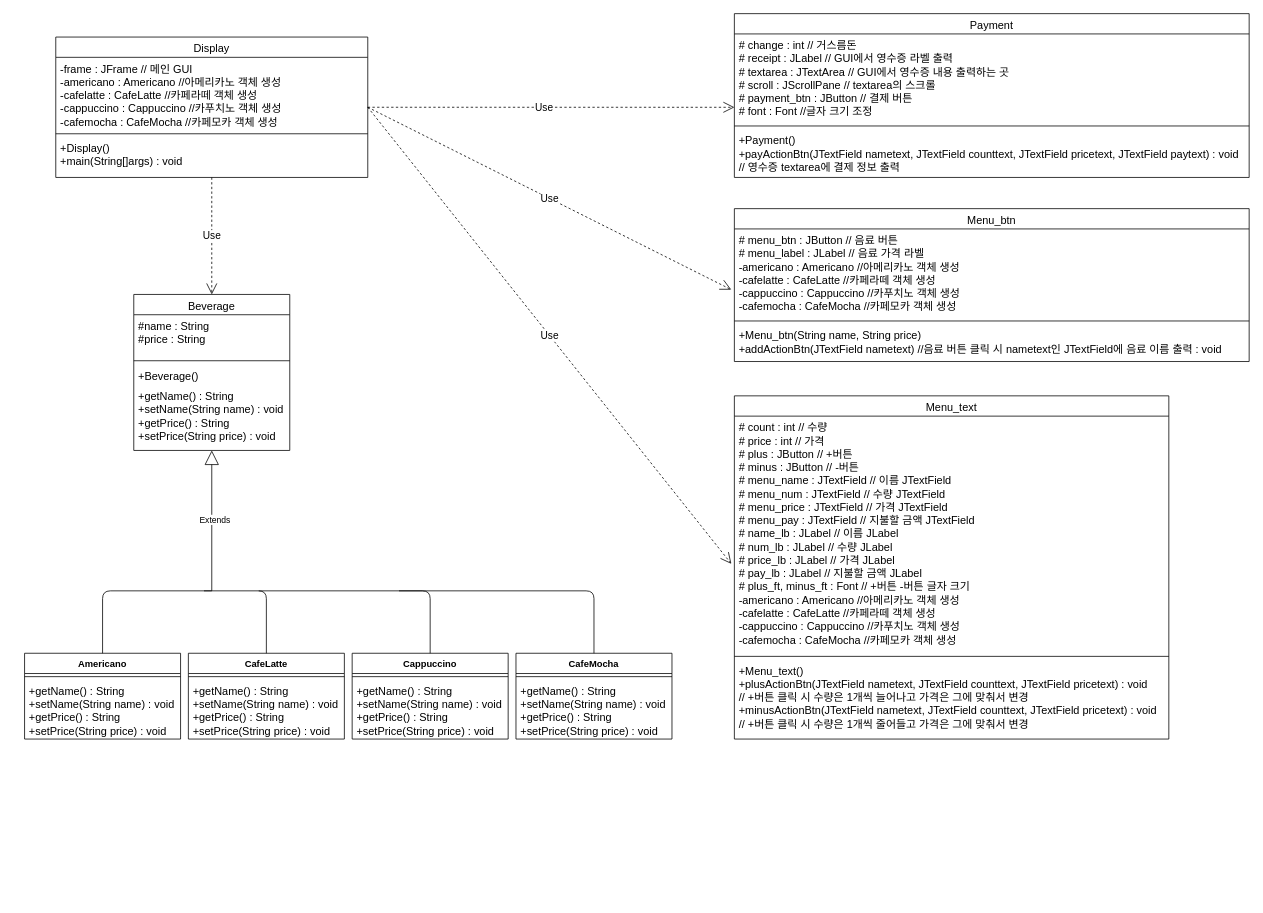
Before: Untitled Diagram.drawio in ans2568/Messenger, a draw.io diagram. Source tidied: cells renumbered, new cells numbered last; positions are measured from the earlier drawing's top-left corner, leaving out a move shared by most shapes. Both pictures are drawn from the tidied source at 78%, with x=0, y=0 at pixel (24, 13).
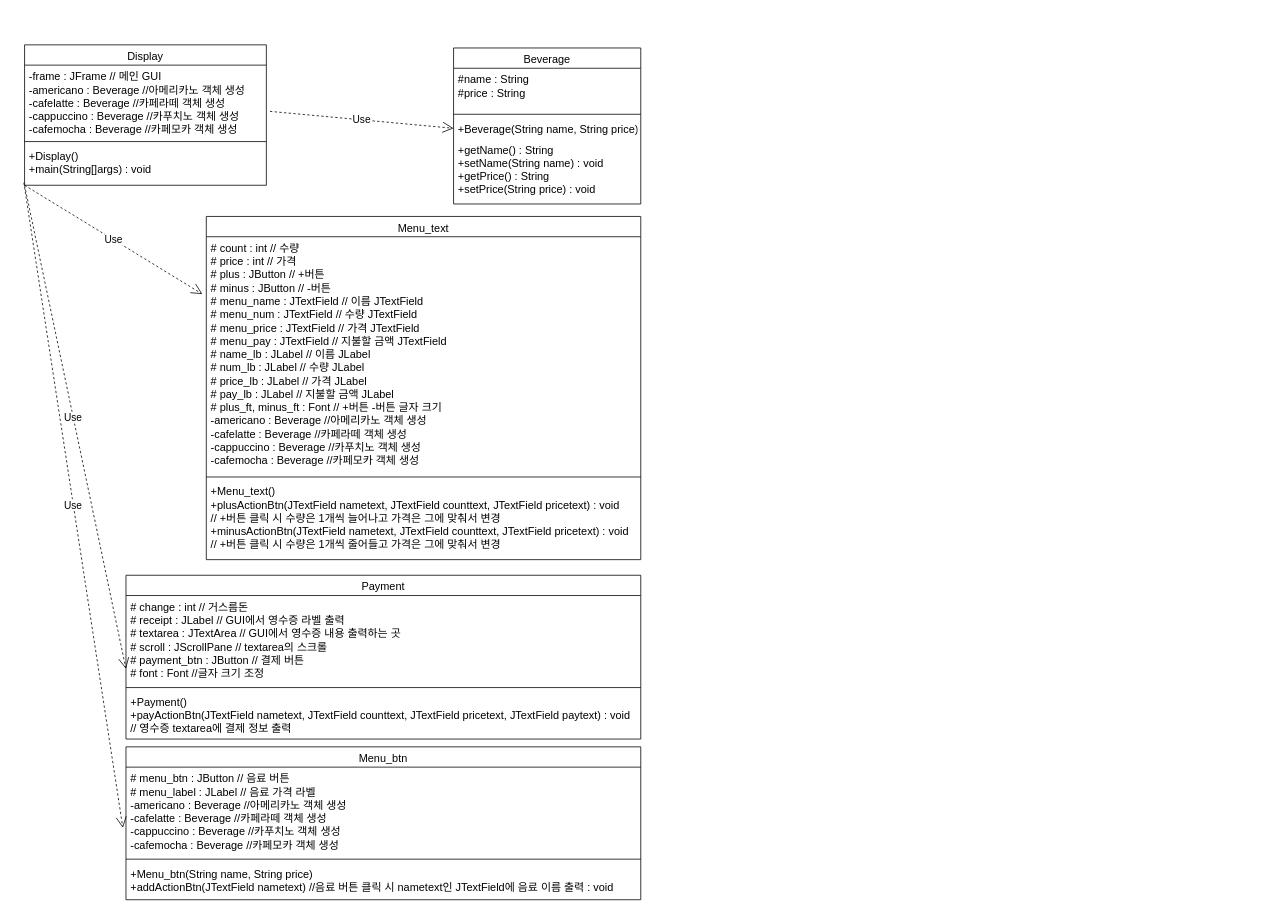
The same diagram, later.

The change refers to these unchanged cells:
```xml
<mxCell id="12" value="# change : int // 거스름돈&#10;# receipt : JLabel // GUI에서 영수증 라벨 출력&#10;# textarea : JTextArea // GUI에서 영수증 내용 출력하는 곳&#10;# scroll : JScrollPane // textarea의 스크롤&#10;# payment_btn : JButton // 결제 버튼&#10;# font : Font //글자 크기 조정" style="text;align=left;verticalAlign=top;spacingLeft=4;spacingRight=4;overflow=hidden;points=[[0,0.5],[1,0.5]];portConstraint=eastwest;fontSize=14;" parent="11" vertex="1">
  <mxGeometry y="26" width="660" height="114" as="geometry" />
</mxCell>
```

Diff of the diagram source:
```diff
@@
     <mxCell id="2" value="Beverage" style="swimlane;fontStyle=0;align=center;verticalAlign=top;horizontal=1;startSize=26;rounded=0;shadow=0;strokeWidth=1;fontSize=14;" parent="1" vertex="1">
-      <mxGeometry x="140" y="360" width="200" height="200" as="geometry" />
+      <mxGeometry x="550" y="44" width="240" height="200" as="geometry" />
     </mxCell>
     <mxCell id="3" value="#name : String&#10;#price : String&#10;" style="text;align=left;verticalAlign=top;spacingLeft=4;spacingRight=4;overflow=hidden;fontSize=14;" parent="2" vertex="1">
-      <mxGeometry y="26" width="200" height="54" as="geometry" />
+      <mxGeometry y="26" width="240" height="54" as="geometry" />
     </mxCell>
     <mxCell id="4" style="line;html=1;strokeWidth=1;align=left;verticalAlign=middle;spacingTop=-1;spacingLeft=3;spacingRight=3;labelPosition=right;fontSize=14;" parent="2" vertex="1">
-      <mxGeometry y="80" width="200" height="10" as="geometry" />
+      <mxGeometry y="80" width="240" height="10" as="geometry" />
     </mxCell>
-    <mxCell id="5" value="+Beverage()" style="text;align=left;verticalAlign=top;spacingLeft=4;spacingRight=4;overflow=hidden;points=[[0,0.5],[1,0.5]];portConstraint=eastwest;fontSize=14;" parent="2" vertex="1">
-      <mxGeometry y="90" width="200" height="26" as="geometry" />
+    <mxCell id="5" value="+Beverage(String name, String price)" style="text;align=left;verticalAlign=top;spacingLeft=4;spacingRight=4;overflow=hidden;points=[[0,0.5],[1,0.5]];portConstraint=eastwest;fontSize=14;" parent="2" vertex="1">
+      <mxGeometry y="90" width="240" height="26" as="geometry" />
     </mxCell>
     <mxCell id="6" value="+getName() : String&#10;+setName(String name) : void&#10;+getPrice() : String&#10;+setPrice(String price) : void" style="text;align=left;verticalAlign=top;spacingLeft=4;spacingRight=4;overflow=hidden;fontSize=14;" parent="2" vertex="1">
-      <mxGeometry y="116" width="200" height="76" as="geometry" />
+      <mxGeometry y="116" width="240" height="76" as="geometry" />
     </mxCell>
     <mxCell id="7" value="Display" style="swimlane;fontStyle=0;align=center;verticalAlign=top;horizontal=1;startSize=26;rounded=0;shadow=0;strokeWidth=1;fontSize=14;" parent="1" vertex="1">
-      <mxGeometry x="40" y="30" width="400" height="180" as="geometry" />
+      <mxGeometry y="40" width="310" height="180" as="geometry" />
     </mxCell>
-    <mxCell id="8" value="-frame : JFrame // 메인 GUI&#10;-americano : Americano //아메리카노 객체 생성&#10;-cafelatte : CafeLatte //카페라떼 객체 생성&#10;-cappuccino : Cappuccino //카푸치노 객체 생성&#10;-cafemocha : CafeMocha //카페모카 객체 생성" style="text;align=left;verticalAlign=top;spacingLeft=4;spacingRight=4;overflow=hidden;points=[[0,0.5],[1,0.5]];portConstraint=eastwest;fontSize=14;" parent="7" vertex="1">
-      <mxGeometry y="26" width="400" height="94" as="geometry" />
+    <mxCell id="8" value="-frame : JFrame // 메인 GUI&#10;-americano : Beverage //아메리카노 객체 생성&#10;-cafelatte : Beverage //카페라떼 객체 생성&#10;-cappuccino : Beverage //카푸치노 객체 생성&#10;-cafemocha : Beverage //카페모카 객체 생성" style="text;align=left;verticalAlign=top;spacingLeft=4;spacingRight=4;overflow=hidden;points=[[0,0.5],[1,0.5]];portConstraint=eastwest;fontSize=14;" parent="7" vertex="1">
+      <mxGeometry y="26" width="310" height="94" as="geometry" />
     </mxCell>
     <mxCell id="9" style="line;html=1;strokeWidth=1;align=left;verticalAlign=middle;spacingTop=-1;spacingLeft=3;spacingRight=3;labelPosition=right;fontSize=14;" parent="7" vertex="1">
-      <mxGeometry y="120" width="400" height="8" as="geometry" />
+      <mxGeometry y="120" width="310" height="8" as="geometry" />
     </mxCell>
     <mxCell id="10" value="+Display()&#10;+main(String[]args) : void" style="text;strokeColor=none;fillColor=none;align=left;verticalAlign=top;spacingLeft=4;spacingRight=4;overflow=hidden;points=[[0,0.5],[1,0.5]];portConstraint=eastwest;fontSize=14;" parent="7" vertex="1">
-      <mxGeometry y="128" width="400" height="52" as="geometry" />
+      <mxGeometry y="128" width="310" height="52" as="geometry" />
     </mxCell>
     <mxCell id="11" value="Payment" style="swimlane;fontStyle=0;align=center;verticalAlign=top;horizontal=1;startSize=26;rounded=0;shadow=0;strokeWidth=1;fontSize=14;" parent="1" vertex="1">
-      <mxGeometry x="910" width="660" height="210" as="geometry" />
+      <mxGeometry x="130" y="720" width="660" height="210" as="geometry" />
     </mxCell>
@@
-    <mxCell id="15" value="Cappuccino" style="swimlane;fontStyle=1;align=center;verticalAlign=top;horizontal=1;startSize=26;" parent="1" vertex="1">
-      <mxGeometry x="420" y="820" width="200" height="110" as="geometry" />
-    </mxCell>
-    <mxCell id="16" style="line;strokeWidth=1;fillColor=none;align=left;verticalAlign=middle;spacingTop=-1;spacingLeft=3;spacingRight=3;labelPosition=right;" parent="15" vertex="1">
-      <mxGeometry y="26" width="200" height="8" as="geometry" />
-    </mxCell>
-    <mxCell id="17" value="+getName() : String&#10;+setName(String name) : void&#10;+getPrice() : String&#10;+setPrice(String price) : void" style="text;align=left;verticalAlign=top;spacingLeft=4;spacingRight=4;overflow=hidden;fontSize=14;" parent="15" vertex="1">
-      <mxGeometry y="34" width="200" height="76" as="geometry" />
-    </mxCell>
-    <mxCell id="18" value="CafeMocha" style="swimlane;fontStyle=1;align=center;verticalAlign=top;horizontal=1;startSize=26;" parent="1" vertex="1">
-      <mxGeometry x="630" y="820" width="200" height="110" as="geometry" />
-    </mxCell>
-    <mxCell id="19" style="line;strokeWidth=1;fillColor=none;align=left;verticalAlign=middle;spacingTop=-1;spacingLeft=3;spacingRight=3;labelPosition=right;" parent="18" vertex="1">
-      <mxGeometry y="26" width="200" height="8" as="geometry" />
-    </mxCell>
-    <mxCell id="20" value="+getName() : String&#10;+setName(String name) : void&#10;+getPrice() : String&#10;+setPrice(String price) : void" style="text;align=left;verticalAlign=top;spacingLeft=4;spacingRight=4;overflow=hidden;fontSize=14;" parent="18" vertex="1">
-      <mxGeometry y="34" width="200" height="76" as="geometry" />
-    </mxCell>
-    <mxCell id="21" value="CafeLatte" style="swimlane;fontStyle=1;align=center;verticalAlign=top;horizontal=1;startSize=26;" parent="1" vertex="1">
-      <mxGeometry x="210" y="820" width="200" height="110" as="geometry" />
-    </mxCell>
-    <mxCell id="22" style="line;strokeWidth=1;fillColor=none;align=left;verticalAlign=middle;spacingTop=-1;spacingLeft=3;spacingRight=3;labelPosition=right;" parent="21" vertex="1">
-      <mxGeometry y="26" width="200" height="8" as="geometry" />
-    </mxCell>
-    <mxCell id="23" value="+getName() : String&#10;+setName(String name) : void&#10;+getPrice() : String&#10;+setPrice(String price) : void" style="text;align=left;verticalAlign=top;spacingLeft=4;spacingRight=4;overflow=hidden;fontSize=14;" parent="21" vertex="1">
-      <mxGeometry y="34" width="200" height="76" as="geometry" />
-    </mxCell>
-    <mxCell id="24" value="Americano" style="swimlane;fontStyle=1;align=center;verticalAlign=top;horizontal=1;startSize=26;" parent="1" vertex="1">
-      <mxGeometry y="820" width="200" height="110" as="geometry" />
-    </mxCell>
-    <mxCell id="25" style="line;strokeWidth=1;fillColor=none;align=left;verticalAlign=middle;spacingTop=-1;spacingLeft=3;spacingRight=3;labelPosition=right;" parent="24" vertex="1">
-      <mxGeometry y="26" width="200" height="8" as="geometry" />
-    </mxCell>
-    <mxCell id="26" value="+getName() : String&#10;+setName(String name) : void&#10;+getPrice() : String&#10;+setPrice(String price) : void" style="text;align=left;verticalAlign=top;spacingLeft=4;spacingRight=4;overflow=hidden;fontSize=14;" parent="24" vertex="1">
-      <mxGeometry y="34" width="200" height="76" as="geometry" />
-    </mxCell>
-    <mxCell id="27" value="Extends" style="endArrow=block;endSize=16;endFill=0;html=1;entryX=0.5;entryY=1;entryDx=0;entryDy=0;" parent="1" edge="1" target="2">
-      <mxGeometry x="0.01" y="-4" relative="1" as="geometry">
-        <mxPoint x="240" y="740" as="sourcePoint" />
-      </mxGeometry>
-    </mxCell>
-    <mxCell id="28" style="endArrow=none;html=1;entryX=0.5;entryY=0;entryDx=0;entryDy=0;" parent="1" edge="1" target="18">
-      <mxGeometry relative="1" as="geometry">
-        <mxPoint x="480" y="740" as="sourcePoint" />
-        <Array as="points">
-          <mxPoint x="730" y="740" />
-        </Array>
-      </mxGeometry>
-    </mxCell>
-    <mxCell id="29" style="endArrow=none;html=1;entryX=0.5;entryY=0;entryDx=0;entryDy=0;" parent="1" edge="1" target="24">
-      <mxGeometry relative="1" as="geometry">
-        <mxPoint x="240" y="740" as="sourcePoint" />
-        <Array as="points">
-          <mxPoint x="100" y="740" />
-        </Array>
-      </mxGeometry>
-    </mxCell>
-    <mxCell id="30" style="endArrow=none;html=1;exitX=0.5;exitY=0;exitDx=0;exitDy=0;" parent="1" edge="1" source="15">
-      <mxGeometry relative="1" as="geometry">
-        <mxPoint x="300" y="740" as="targetPoint" />
-        <Array as="points">
-          <mxPoint x="520" y="740" />
-        </Array>
-      </mxGeometry>
-    </mxCell>
-    <mxCell id="31" style="endArrow=none;html=1;exitX=0.5;exitY=0;exitDx=0;exitDy=0;" parent="1" edge="1" source="21">
-      <mxGeometry relative="1" as="geometry">
-        <mxPoint x="230" y="740" as="targetPoint" />
-        <Array as="points">
-          <mxPoint x="310" y="740" />
-        </Array>
-      </mxGeometry>
-    </mxCell>
-    <mxCell id="32" value="Use" style="endArrow=open;endSize=12;dashed=1;html=1;fontSize=13;exitX=0.5;exitY=1;exitDx=0;exitDy=0;entryX=0.5;entryY=0;entryDx=0;entryDy=0;exitPerimeter=0;" parent="1" edge="1" source="10" target="2">
+    <mxCell id="32" value="Use" style="endArrow=open;endSize=12;dashed=1;html=1;fontSize=13;exitX=1.015;exitY=0.631;exitDx=0;exitDy=0;entryX=0;entryY=0.5;entryDx=0;entryDy=0;exitPerimeter=0;" parent="1" edge="1" source="8" target="5">
       <mxGeometry relative="1" as="geometry" />
     </mxCell>
     <mxCell id="33" value="Menu_btn" style="swimlane;fontStyle=0;align=center;verticalAlign=top;horizontal=1;startSize=26;rounded=0;shadow=0;strokeWidth=1;fontSize=14;" parent="1" vertex="1">
-      <mxGeometry x="910" y="250" width="660" height="196" as="geometry" />
+      <mxGeometry x="130" y="940" width="660" height="196" as="geometry" />
     </mxCell>
-    <mxCell id="34" value="# menu_btn : JButton // 음료 버튼&#10;# menu_label : JLabel // 음료 가격 라벨&#10;-americano : Americano //아메리카노 객체 생성&#10;-cafelatte : CafeLatte //카페라떼 객체 생성&#10;-cappuccino : Cappuccino //카푸치노 객체 생성&#10;-cafemocha : CafeMocha //카페모카 객체 생성&#10;" style="text;align=left;verticalAlign=top;spacingLeft=4;spacingRight=4;overflow=hidden;points=[[0,0.5],[1,0.5]];portConstraint=eastwest;fontSize=14;" parent="33" vertex="1">
+    <mxCell id="34" value="# menu_btn : JButton // 음료 버튼&#10;# menu_label : JLabel // 음료 가격 라벨&#10;-americano : Beverage //아메리카노 객체 생성&#10;-cafelatte : Beverage //카페라떼 객체 생성&#10;-cappuccino : Beverage //카푸치노 객체 생성&#10;-cafemocha : Beverage //카페모카 객체 생성" style="text;align=left;verticalAlign=top;spacingLeft=4;spacingRight=4;overflow=hidden;points=[[0,0.5],[1,0.5]];portConstraint=eastwest;fontSize=14;" parent="33" vertex="1">
       <mxGeometry y="26" width="660" height="114" as="geometry" />
     </mxCell>
@@
     <mxCell id="37" value="Menu_text" style="swimlane;fontStyle=0;align=center;verticalAlign=top;horizontal=1;startSize=26;rounded=0;shadow=0;strokeWidth=1;fontSize=14;" parent="1" vertex="1">
-      <mxGeometry x="910" y="490" width="557" height="440" as="geometry" />
+      <mxGeometry x="233" y="260" width="557" height="440" as="geometry" />
     </mxCell>
-    <mxCell id="38" value="# count : int // 수량&#10;# price : int // 가격&#10;# plus : JButton // +버튼&#10;# minus : JButton // -버튼&#10;# menu_name : JTextField // 이름 JTextField&#10;# menu_num : JTextField // 수량 JTextField&#10;# menu_price : JTextField // 가격 JTextField&#10;# menu_pay : JTextField // 지불할 금액 JTextField&#10;# name_lb : JLabel // 이름 JLabel&#10;# num_lb : JLabel // 수량 JLabel&#10;# price_lb : JLabel // 가격 JLabel&#10;# pay_lb : JLabel // 지불할 금액 JLabel&#10;# plus_ft, minus_ft : Font // +버튼 -버튼 글자 크기&#10;-americano : Americano //아메리카노 객체 생성&#10;-cafelatte : CafeLatte //카페라떼 객체 생성&#10;-cappuccino : Cappuccino //카푸치노 객체 생성&#10;-cafemocha : CafeMocha //카페모카 객체 생성&#10;" style="text;align=left;verticalAlign=top;spacingLeft=4;spacingRight=4;overflow=hidden;points=[[0,0.5],[1,0.5]];portConstraint=eastwest;fontSize=14;" parent="37" vertex="1">
+    <mxCell id="38" value="# count : int // 수량&#10;# price : int // 가격&#10;# plus : JButton // +버튼&#10;# minus : JButton // -버튼&#10;# menu_name : JTextField // 이름 JTextField&#10;# menu_num : JTextField // 수량 JTextField&#10;# menu_price : JTextField // 가격 JTextField&#10;# menu_pay : JTextField // 지불할 금액 JTextField&#10;# name_lb : JLabel // 이름 JLabel&#10;# num_lb : JLabel // 수량 JLabel&#10;# price_lb : JLabel // 가격 JLabel&#10;# pay_lb : JLabel // 지불할 금액 JLabel&#10;# plus_ft, minus_ft : Font // +버튼 -버튼 글자 크기&#10;-americano : Beverage //아메리카노 객체 생성&#10;-cafelatte : Beverage //카페라떼 객체 생성&#10;-cappuccino : Beverage //카푸치노 객체 생성&#10;-cafemocha : Beverage //카페모카 객체 생성" style="text;align=left;verticalAlign=top;spacingLeft=4;spacingRight=4;overflow=hidden;points=[[0,0.5],[1,0.5]];portConstraint=eastwest;fontSize=14;" parent="37" vertex="1">
       <mxGeometry y="26" width="557" height="304" as="geometry" />
     </mxCell>
@@
-    <mxCell id="41" value="Use" style="endArrow=open;endSize=12;dashed=1;html=1;fontSize=13;entryX=-0.007;entryY=0.623;entryDx=0;entryDy=0;entryPerimeter=0;" parent="1" edge="1" target="38">
+    <mxCell id="41" value="Use" style="endArrow=open;endSize=12;dashed=1;html=1;fontSize=13;entryX=-0.009;entryY=0.242;entryDx=0;entryDy=0;entryPerimeter=0;" parent="1" edge="1" target="38">
       <mxGeometry relative="1" as="geometry">
-        <mxPoint x="440" y="120" as="sourcePoint" />
+        <mxPoint y="220" as="sourcePoint" />
       </mxGeometry>
     </mxCell>
-    <mxCell id="42" value="Use" style="endArrow=open;endSize=12;dashed=1;html=1;fontSize=13;entryX=-0.006;entryY=0.683;entryDx=0;entryDy=0;entryPerimeter=0;" parent="1" edge="1" target="34">
-      <mxGeometry relative="1" as="geometry">
-        <mxPoint x="440" y="120" as="sourcePoint" />
-      </mxGeometry>
+    <mxCell id="42" value="Use" style="endArrow=open;endSize=12;dashed=1;html=1;fontSize=13;entryX=-0.006;entryY=0.683;entryDx=0;entryDy=0;entryPerimeter=0;exitX=-0.003;exitY=0.937;exitDx=0;exitDy=0;exitPerimeter=0;" parent="1" edge="1" source="10" target="34">
+      <mxGeometry relative="1" as="geometry" />
     </mxCell>
-    <mxCell id="43" value="Use" style="endArrow=open;endSize=12;dashed=1;html=1;fontSize=13;exitX=1;exitY=0.5;exitDx=0;exitDy=0;entryX=0;entryY=0.825;entryDx=0;entryDy=0;entryPerimeter=0;" parent="1" edge="1" source="7" target="12">
-      <mxGeometry x="-0.04" relative="1" as="geometry" />
+    <mxCell id="43" value="Use" style="endArrow=open;endSize=12;dashed=1;html=1;fontSize=13;entryX=0;entryY=0.825;entryDx=0;entryDy=0;entryPerimeter=0;" parent="1" edge="1" target="12">
+      <mxGeometry x="-0.04" relative="1" as="geometry">
+        <mxPoint y="220" as="sourcePoint" />
+      </mxGeometry>
     </mxCell>
```
